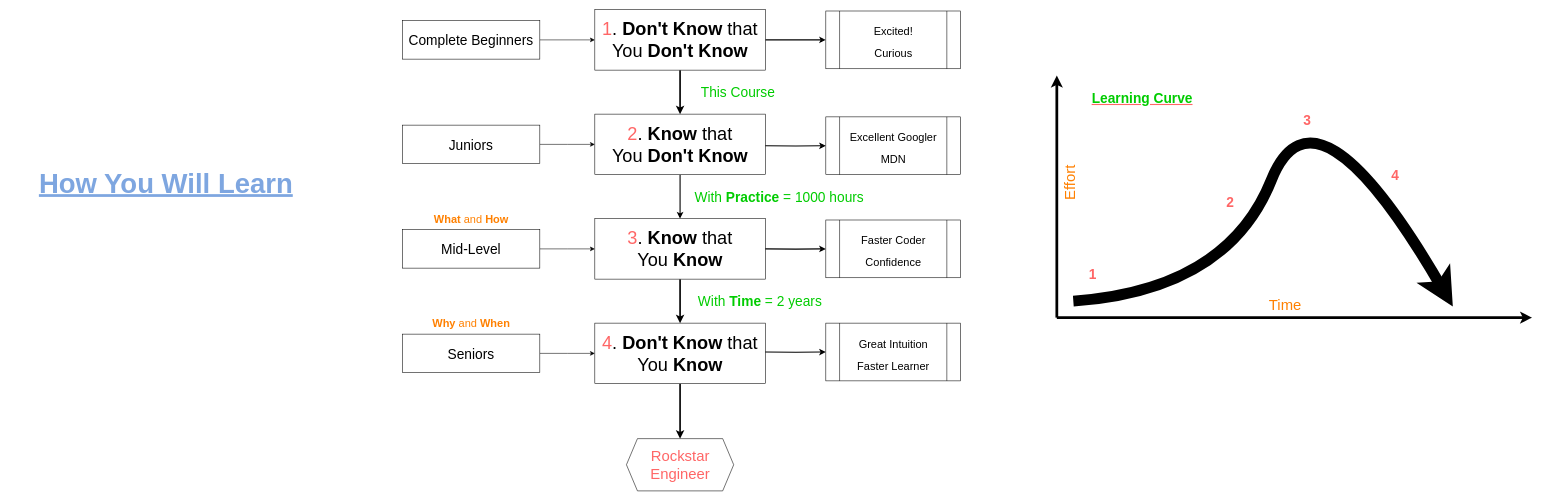
Earlier version of the draw.io diagram page "Pedagogy" (2 of 3) of overview.drawio (1-11-1/FrontendCourse2021). Source tidied: cells renumbered, new cells numbered last; positions are measured from the earlier drawing's top-left corner, leaving out a move shared by most shapes. Both pictures are drawn from the tidied source at 55%, with x=0, y=0 at pixel (34, 9).
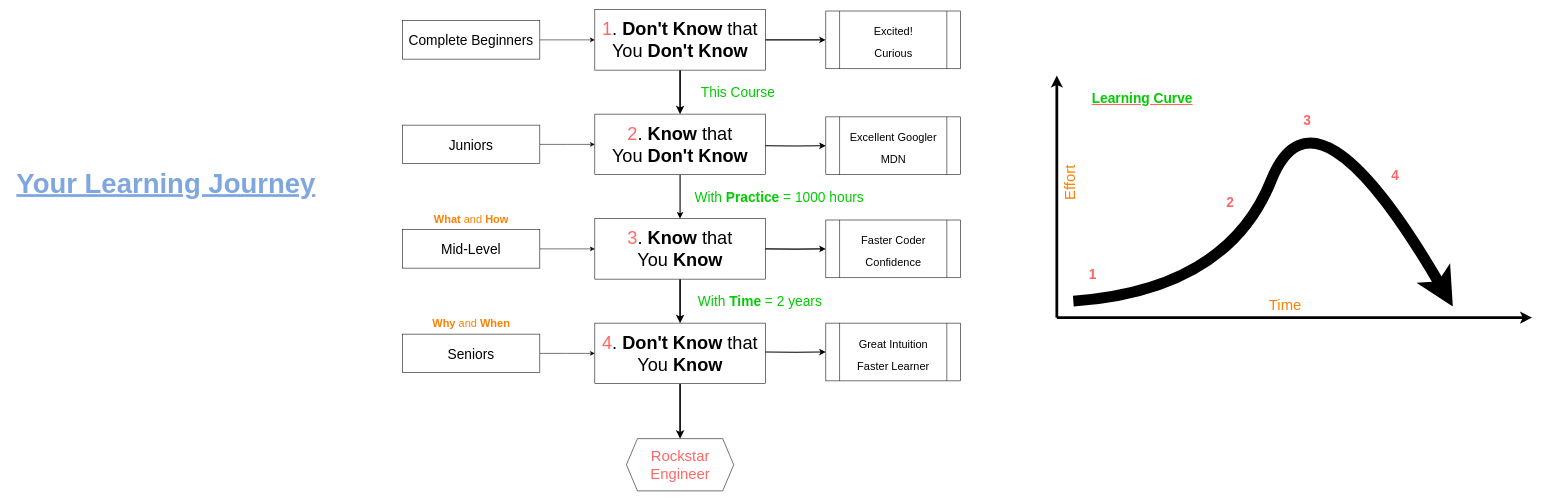
The same page after the edit.

The edit, as a diff of the source:
```diff
@@
-    <mxCell id="2" value="&lt;b&gt;&lt;u&gt;How You Will Learn&lt;/u&gt;&lt;/b&gt;" style="text;html=1;align=center;verticalAlign=middle;fillColor=none;strokeColor=none;rounded=0;shadow=1;fontSize=50;fontColor=#7EA6E0;" parent="1" vertex="1">
-      <mxGeometry y="280" width="480" height="70" as="geometry" />
+    <mxCell id="2" value="&lt;b&gt;&lt;u&gt;Your Learning Journey&lt;/u&gt;&lt;/b&gt;" style="text;html=1;align=center;verticalAlign=middle;fillColor=none;strokeColor=none;rounded=0;shadow=1;fontSize=50;fontColor=#7EA6E0;" parent="1" vertex="1">
+      <mxGeometry x="-40" y="280" width="560" height="70" as="geometry" />
     </mxCell>
```
